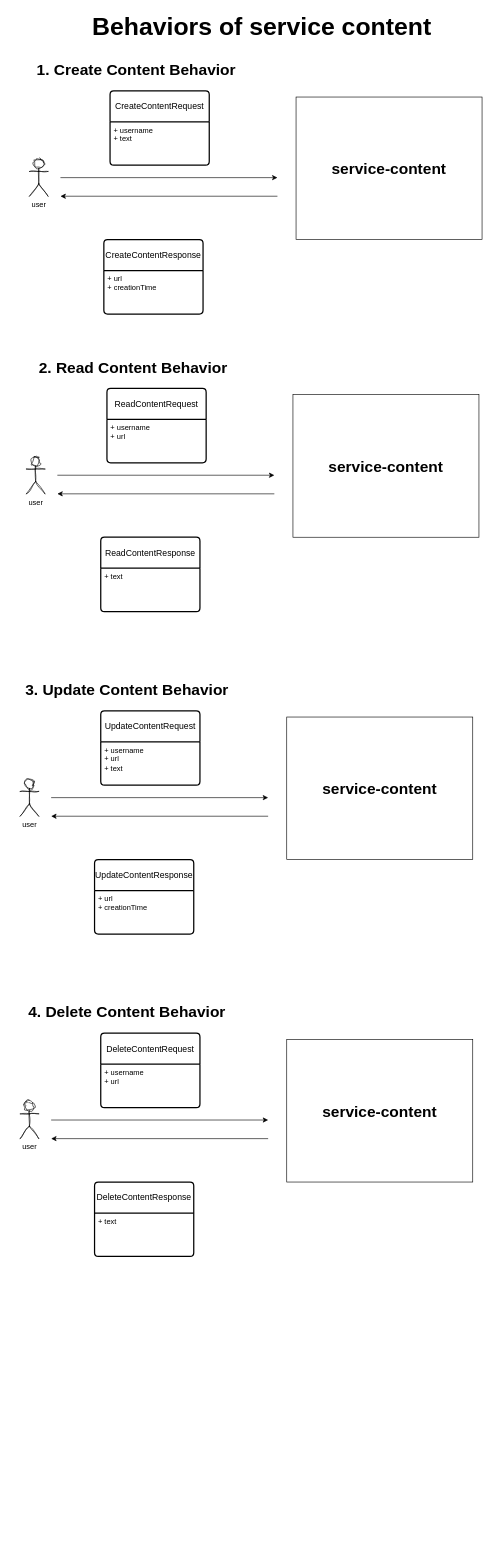
Above: draw-io/behaviors of service content.drawio in tanhu-labs/service-content (draw.io), before the change. Source tidied: cells renumbered, new cells numbered last; positions are measured from the earlier drawing's top-left corner, leaving out a move shared by most shapes. Both pictures are drawn from the tidied source at 62%, with x=0, y=0 at pixel (11, 16).
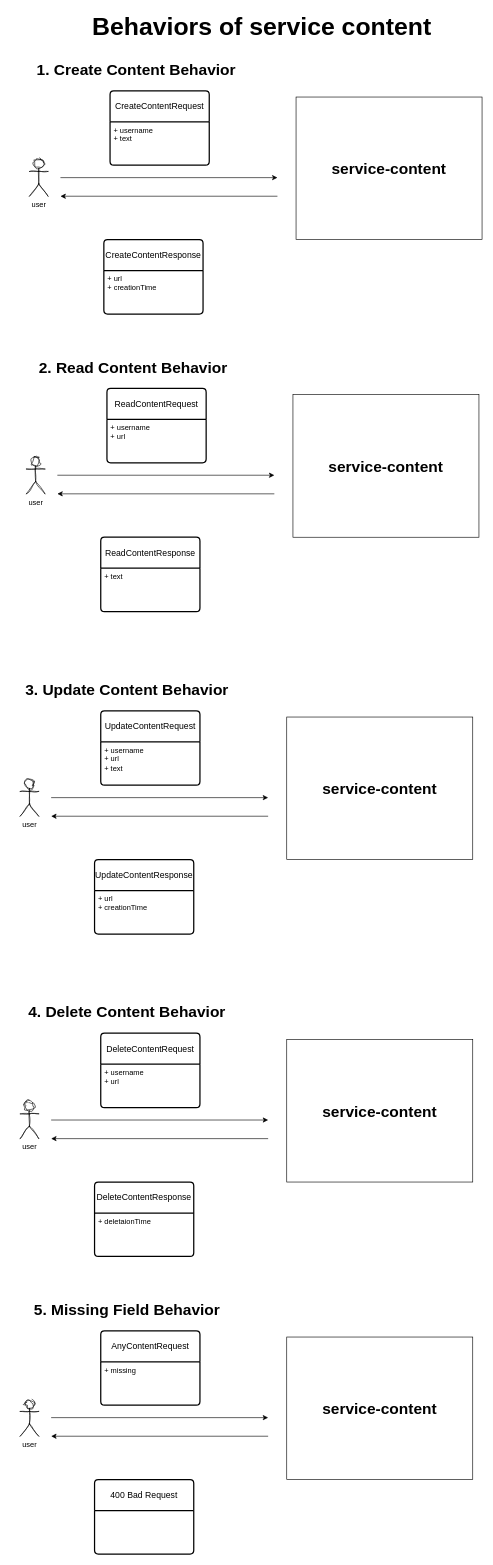
The same page after the edit.

The change refers to these unchanged cells:
```xml
<mxCell id="34" value="DeleteContentResponse" style="swimlane;horizontal=1;startSize=50;rounded=1;fontSize=14;fontStyle=0;strokeWidth=2;shadow=0;dashed=0;align=center;arcSize=4;whiteSpace=wrap;html=1;" parent="1" vertex="1">
  <mxGeometry x="135" y="1880" width="160" height="120" as="geometry" />
</mxCell>
```

Change to the diagram source:
```diff
@@
-    <mxCell id="35" value="+ text" style="align=left;strokeColor=none;fillColor=none;spacingLeft=4;fontSize=12;verticalAlign=top;html=1;" parent="34" vertex="1">
+    <mxCell id="35" value="+ deletaionTime" style="align=left;strokeColor=none;fillColor=none;spacingLeft=4;fontSize=12;verticalAlign=top;html=1;" parent="34" vertex="1">
       <mxGeometry y="50" width="160" height="70" as="geometry" />
     </mxCell>
@@
+    <mxCell id="39" value="user" style="shape=umlActor;verticalLabelPosition=bottom;verticalAlign=top;html=1;sketch=1;curveFitting=1;jiggle=2;" parent="1" vertex="1">
+      <mxGeometry x="15" y="2230" width="30" height="60" as="geometry" />
+    </mxCell>
+    <mxCell id="40" value="service-content" style="rounded=0;whiteSpace=wrap;html=1;fontSize=25;fontStyle=1;" parent="1" vertex="1">
+      <mxGeometry x="445" y="2130" width="300" height="230" as="geometry" />
+    </mxCell>
+    <mxCell id="41" value="AnyContentRequest" style="swimlane;horizontal=1;startSize=50;rounded=1;fontSize=14;fontStyle=0;strokeWidth=2;shadow=0;dashed=0;align=center;arcSize=4;whiteSpace=wrap;html=1;" parent="1" vertex="1">
+      <mxGeometry x="145" y="2120" width="160" height="120" as="geometry" />
+    </mxCell>
+    <mxCell id="42" value="+ missing " style="align=left;strokeColor=none;fillColor=none;spacingLeft=4;fontSize=12;verticalAlign=top;html=1;" parent="41" vertex="1">
+      <mxGeometry y="50" width="160" height="70" as="geometry" />
+    </mxCell>
+    <mxCell id="43" value="400 Bad Request" style="swimlane;horizontal=1;startSize=50;rounded=1;fontSize=14;fontStyle=0;strokeWidth=2;shadow=0;dashed=0;align=center;arcSize=4;whiteSpace=wrap;html=1;" parent="1" vertex="1">
+      <mxGeometry x="135" y="2360" width="160" height="120" as="geometry" />
+    </mxCell>
+    <mxCell id="44" style="endArrow=classic;html=1;rounded=0;" parent="1" edge="1">
+      <mxGeometry relative="1" as="geometry">
+        <mxPoint x="65" y="2260" as="sourcePoint" />
+        <mxPoint x="415" y="2260" as="targetPoint" />
+      </mxGeometry>
+    </mxCell>
+    <mxCell id="45" style="endArrow=classic;html=1;rounded=0;" parent="1" edge="1">
+      <mxGeometry relative="1" as="geometry">
+        <mxPoint x="415" y="2290" as="sourcePoint" />
+        <mxPoint x="65" y="2290" as="targetPoint" />
+      </mxGeometry>
+    </mxCell>
+    <mxCell id="46" value="&lt;font style=&quot;font-size: 25px;&quot;&gt;&lt;b&gt;5. Missing Field Behavior&lt;/b&gt;&lt;/font&gt;" style="text;html=1;align=center;verticalAlign=middle;whiteSpace=wrap;rounded=0;" parent="1" vertex="1">
+      <mxGeometry y="2070" width="375" height="30" as="geometry" />
+    </mxCell>
```
